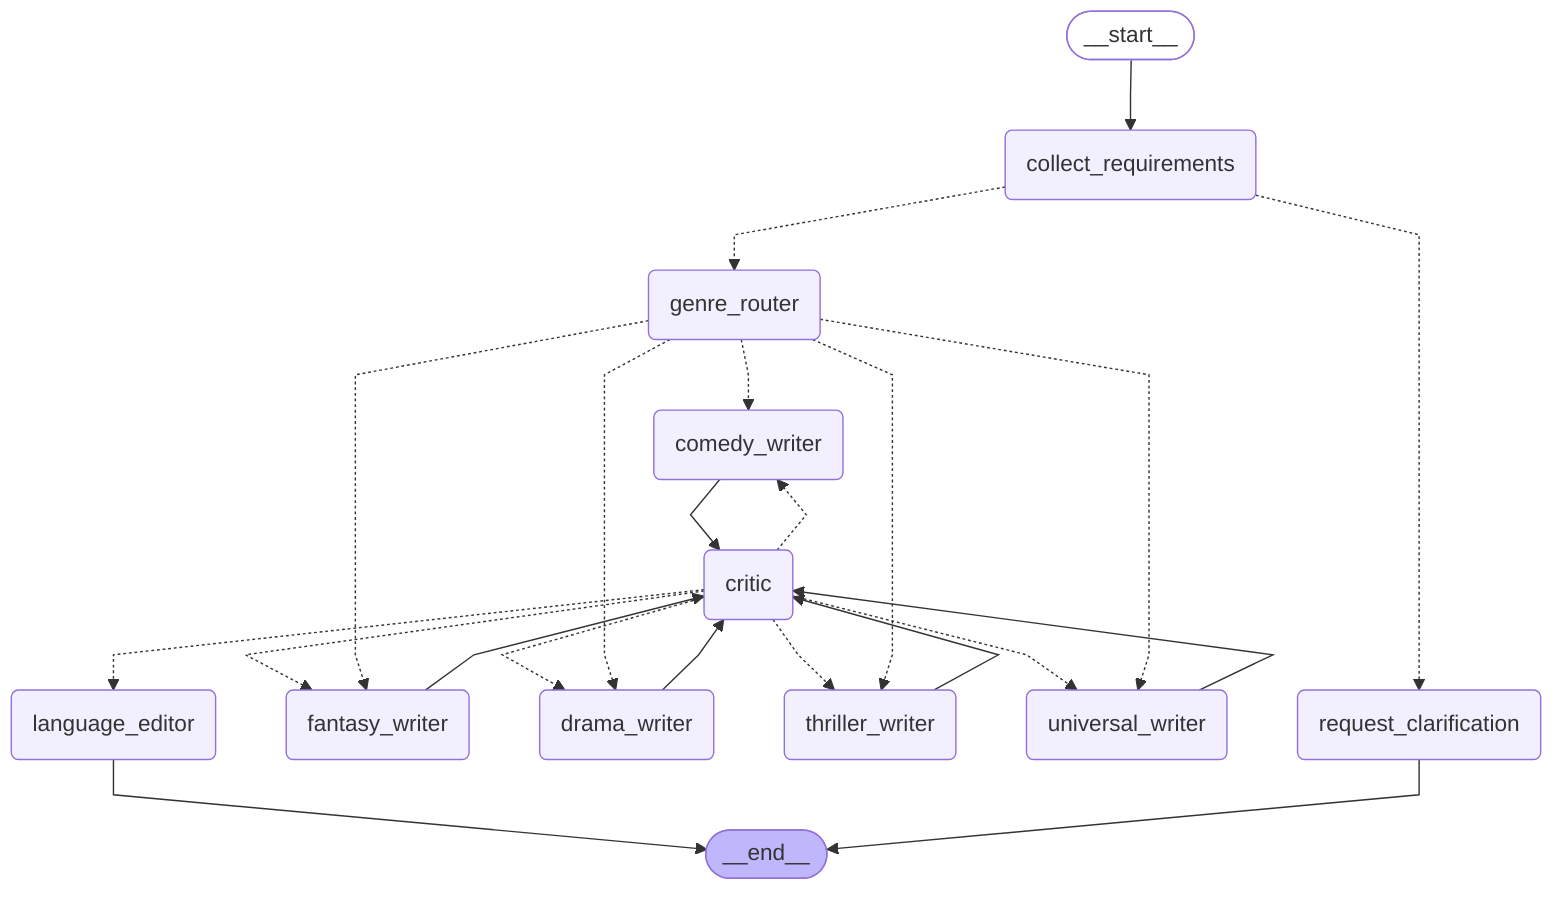
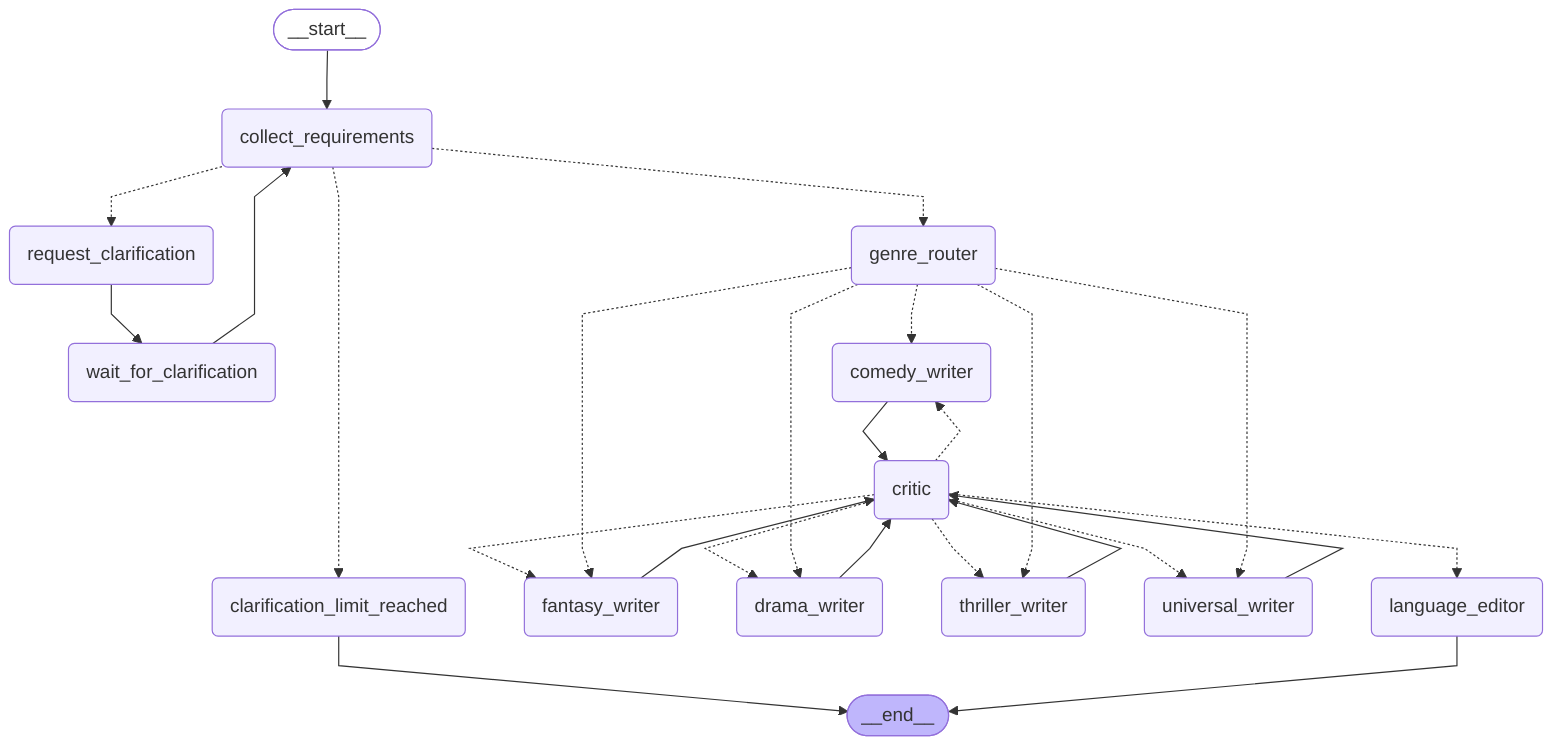
---
config:
  flowchart:
    curve: linear
---
graph TD;
	__start__([<p>__start__</p>]):::first
	collect_requirements(collect_requirements)
	request_clarification(request_clarification)
+ 	wait_for_clarification(wait_for_clarification)
+ 	clarification_limit_reached(clarification_limit_reached)
	genre_router(genre_router)
	fantasy_writer(fantasy_writer)
	drama_writer(drama_writer)
	thriller_writer(thriller_writer)
	comedy_writer(comedy_writer)
	universal_writer(universal_writer)
	critic(critic)
	language_editor(language_editor)
	__end__([<p>__end__</p>]):::last
	__start__ --> collect_requirements;
+ 	collect_requirements -.-> clarification_limit_reached;
	collect_requirements -.-> genre_router;
	collect_requirements -.-> request_clarification;
	comedy_writer --> critic;
	critic -.-> comedy_writer;
	critic -.-> drama_writer;
	critic -.-> fantasy_writer;
	critic -.-> language_editor;
	critic -.-> thriller_writer;
	critic -.-> universal_writer;
	drama_writer --> critic;
	fantasy_writer --> critic;
	genre_router -.-> comedy_writer;
	genre_router -.-> drama_writer;
	genre_router -.-> fantasy_writer;
	genre_router -.-> thriller_writer;
	genre_router -.-> universal_writer;
+ 	request_clarification --> wait_for_clarification;
	thriller_writer --> critic;
	universal_writer --> critic;
+ 	wait_for_clarification --> collect_requirements;
+ 	clarification_limit_reached --> __end__;
	language_editor --> __end__;
- 	request_clarification --> __end__;
	classDef default fill:#f2f0ff,line-height:1.2
	classDef first fill-opacity:0
	classDef last fill:#bfb6fc
